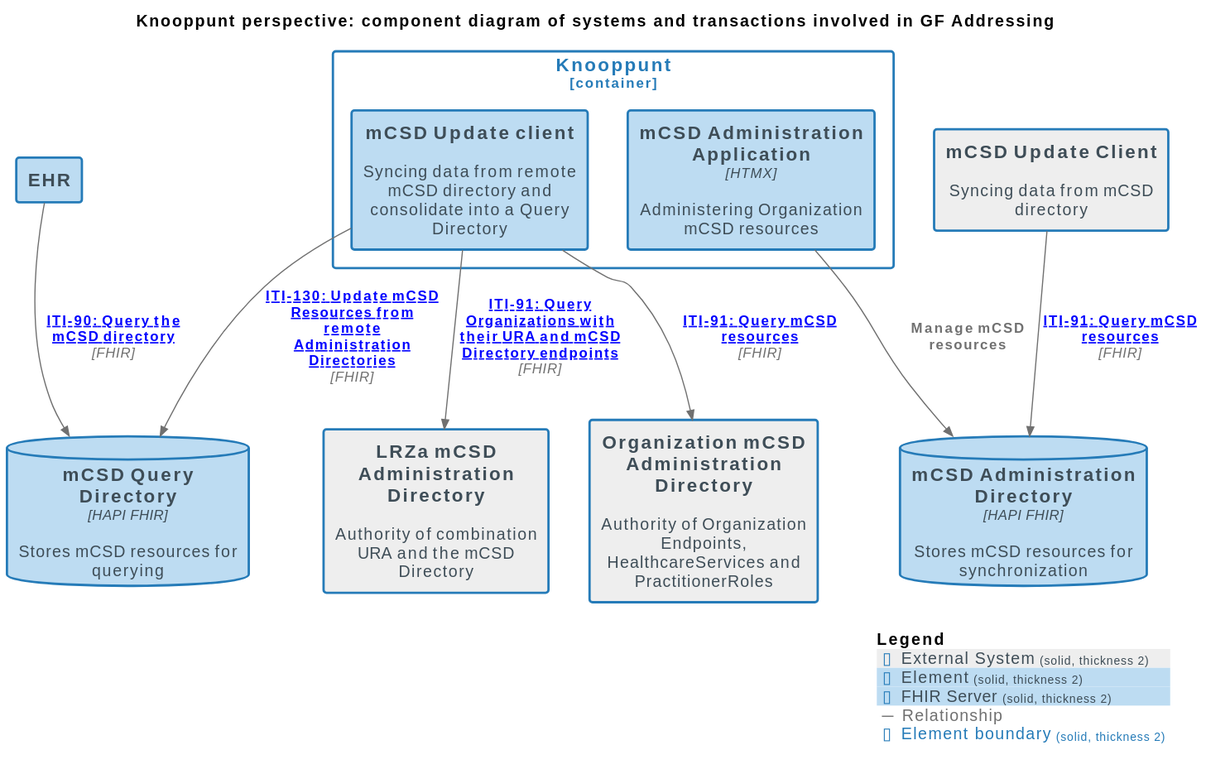
Earlier version of the PlantUML export docs/images/structurizr-GF_Addressing_ComponentDiagram.svg (nuts-foundation/nuts-knooppunt).
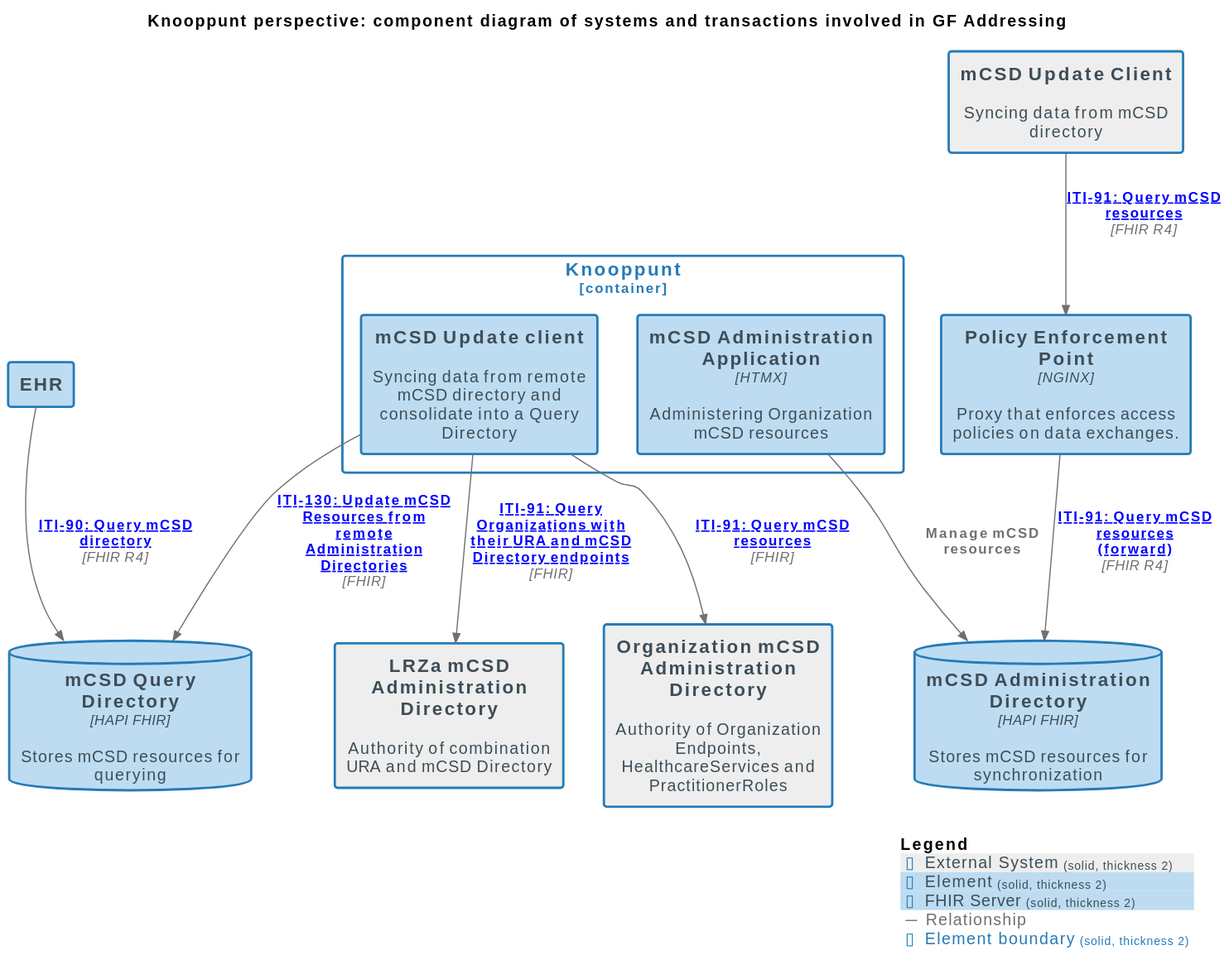
Above is the later version.

What changed in the source:
```diff
@@ -17,10 +17,11 @@
 
 AddBoundaryTag("Element", $bgColor="#ffffff", $borderColor="#257bb8", $fontColor="#257bb8", $shadowing="", $borderStyle="solid", $borderThickness="2")
 
-System(LRZamCSDAdministrationDirectory, "LRZa mCSD Administration Directory", $descr="Authority of combination URA and the mCSD Directory", $tags="External System", $link="")
+System(LRZamCSDAdministrationDirectory, "LRZa mCSD Administration Directory", $descr="Authority of combination URA and mCSD Directory", $tags="External System", $link="")
 Container(RemoteXISimplementingGenericFunctions.mCSDUpdateClient, "mCSD Update Client", $techn="", $descr="Syncing data from mCSD directory", $tags="External System", $link="")
 Container(RemoteXISimplementingGenericFunctions.OrganizationmCSDAdministrationDirectory, "Organization mCSD Administration Directory", $techn="", $descr="Authority of Organization Endpoints, HealthcareServices and PractitionerRoles", $tags="External System", $link="")
 Container(XIS.EHR, "EHR", $techn="", $descr="", $tags="Element", $link="")
+Container(XIS.PolicyEnforcementPoint, "Policy Enforcement Point", $techn="NGINX", $descr="Proxy that enforces access policies on data exchanges.", $tags="Element", $link="")
 ContainerDb(XIS.mCSDQueryDirectory, "mCSD Query Directory", $techn="HAPI FHIR", $descr="Stores mCSD resources for querying", $tags="FHIR Server", $link="")
 ContainerDb(XIS.mCSDAdministrationDirectory, "mCSD Administration Directory", $techn="HAPI FHIR", $descr="Stores mCSD resources for synchronization", $tags="FHIR Server", $link="")
 
@@ -31,8 +32,9 @@
 
 Rel(XIS.Knooppunt.mCSDUpdateclient, XIS.mCSDQueryDirectory, "ITI-130: Update mCSD Resources from remote Administration Directories", $techn="FHIR", $tags="Relationship", $link="https://profiles.ihe.net/ITI/mCSD/ITI-130.html")
 Rel(XIS.Knooppunt.mCSDAdministrationApplication, XIS.mCSDAdministrationDirectory, "Manage mCSD resources", $techn="", $tags="Relationship", $link="")
-Rel(XIS.EHR, XIS.mCSDQueryDirectory, "ITI-90: Query the mCSD directory", $techn="FHIR", $tags="Relationship", $link="https://profiles.ihe.net/ITI/mCSD/ITI-90.html")
-Rel(RemoteXISimplementingGenericFunctions.mCSDUpdateClient, XIS.mCSDAdministrationDirectory, "ITI-91: Query mCSD resources", $techn="FHIR", $tags="Relationship", $link="https://profiles.ihe.net/ITI/mCSD/ITI-91.html")
+Rel(XIS.EHR, XIS.mCSDQueryDirectory, "ITI-90: Query mCSD directory", $techn="FHIR R4", $tags="Relationship", $link="https://profiles.ihe.net/ITI/mCSD/ITI-90.html")
+Rel(RemoteXISimplementingGenericFunctions.mCSDUpdateClient, XIS.PolicyEnforcementPoint, "ITI-91: Query mCSD resources", $techn="FHIR R4", $tags="Relationship", $link="https://profiles.ihe.net/ITI/mCSD/ITI-91.html")
+Rel(XIS.PolicyEnforcementPoint, XIS.mCSDAdministrationDirectory, "ITI-91: Query mCSD resources\n(forward)", $techn="FHIR R4", $tags="Relationship", $link="https://profiles.ihe.net/ITI/mCSD/ITI-91.html")
 Rel(XIS.Knooppunt.mCSDUpdateclient, LRZamCSDAdministrationDirectory, "ITI-91: Query Organizations with their URA and mCSD Directory endpoints", $techn="FHIR", $tags="Relationship", $link="https://profiles.ihe.net/ITI/mCSD/ITI-91.html")
 Rel(XIS.Knooppunt.mCSDUpdateclient, RemoteXISimplementingGenericFunctions.OrganizationmCSDAdministrationDirectory, "ITI-91: Query mCSD resources", $techn="FHIR", $tags="Relationship", $link="https://profiles.ihe.net/ITI/mCSD/ITI-91.html")
 
```
